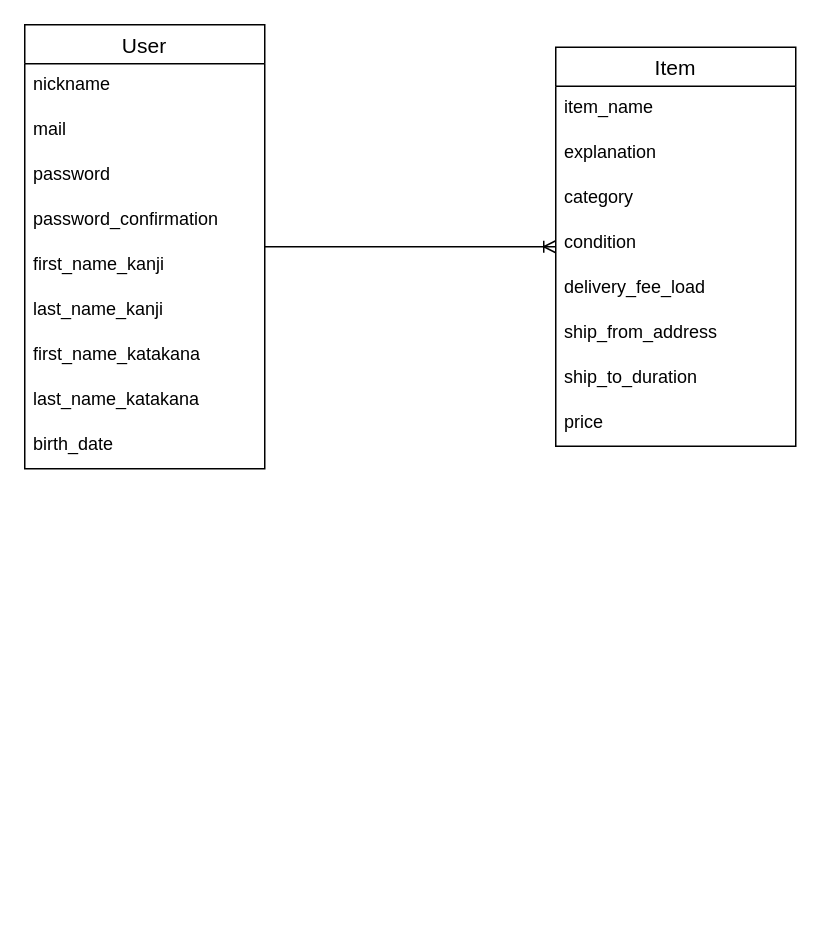
Above: er_illustration.dio in Lubellum/furima-36670 (draw.io), before the change. Source tidied: cells renumbered, new cells numbered last; positions are measured from the earlier drawing's top-left corner, leaving out a move shared by most shapes. Both pictures are drawn from the tidied source at 150%, with x=0, y=0 at pixel (24, 24).
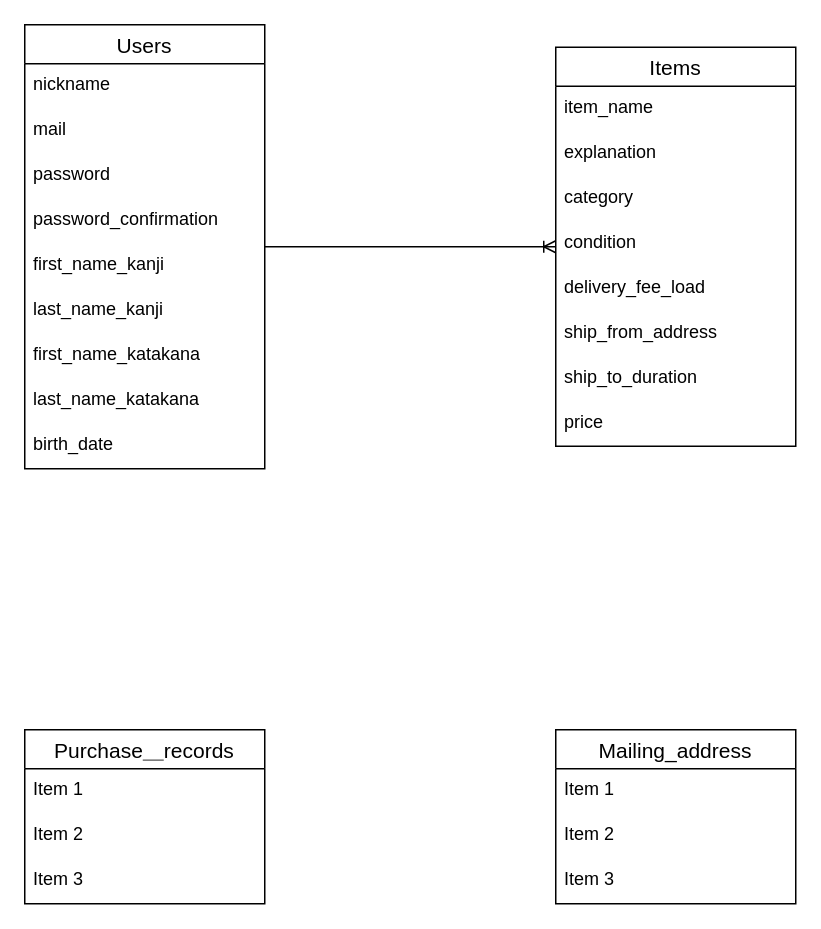
The same page after the edit.

Commit message:
購入記録と発送先情報のテーブルを作成

Diff of the diagram source:
```diff
@@
-    <mxCell id="2" value="User" style="swimlane;fontStyle=0;horizontal=1;startSize=26;align=center;fontSize=14;direction=east;" parent="1" vertex="1">
+    <mxCell id="2" value="Users" style="swimlane;fontStyle=0;horizontal=1;startSize=26;align=center;fontSize=14;direction=east;" parent="1" vertex="1">
       <mxGeometry width="160" height="296" as="geometry" />
     </mxCell>
@@
-    <mxCell id="12" value="Item" style="swimlane;fontStyle=0;horizontal=1;startSize=26;align=center;fontSize=14;" parent="1" vertex="1">
+    <mxCell id="12" value="Items" style="swimlane;fontStyle=0;horizontal=1;startSize=26;align=center;fontSize=14;" parent="1" vertex="1">
       <mxGeometry x="354" y="15" width="160" height="266" as="geometry" />
     </mxCell>
@@
+    <mxCell id="22" value="Mailing_address" style="swimlane;fontStyle=0;horizontal=1;startSize=26;align=center;fontSize=14;" parent="1" vertex="1">
+      <mxGeometry x="354" y="470" width="160" height="116" as="geometry" />
+    </mxCell>
+    <mxCell id="23" value="Item 1" style="text;strokeColor=none;fillColor=none;spacingLeft=4;spacingRight=4;overflow=hidden;fontSize=12;" parent="22" vertex="1">
+      <mxGeometry y="26" width="160" height="30" as="geometry" />
+    </mxCell>
+    <mxCell id="24" value="Item 2" style="text;strokeColor=none;fillColor=none;spacingLeft=4;spacingRight=4;overflow=hidden;fontSize=12;" parent="22" vertex="1">
+      <mxGeometry y="56" width="160" height="30" as="geometry" />
+    </mxCell>
+    <mxCell id="25" value="Item 3" style="text;strokeColor=none;fillColor=none;spacingLeft=4;spacingRight=4;overflow=hidden;fontSize=12;" parent="22" vertex="1">
+      <mxGeometry y="86" width="160" height="30" as="geometry" />
+    </mxCell>
+    <mxCell id="26" value="Purchase＿records" style="swimlane;fontStyle=0;horizontal=1;startSize=26;align=center;fontSize=14;" parent="1" vertex="1">
+      <mxGeometry y="470" width="160" height="116" as="geometry" />
+    </mxCell>
+    <mxCell id="27" value="Item 1" style="text;strokeColor=none;fillColor=none;spacingLeft=4;spacingRight=4;overflow=hidden;fontSize=12;" parent="26" vertex="1">
+      <mxGeometry y="26" width="160" height="30" as="geometry" />
+    </mxCell>
+    <mxCell id="28" value="Item 2" style="text;strokeColor=none;fillColor=none;spacingLeft=4;spacingRight=4;overflow=hidden;fontSize=12;" parent="26" vertex="1">
+      <mxGeometry y="56" width="160" height="30" as="geometry" />
+    </mxCell>
+    <mxCell id="29" value="Item 3" style="text;strokeColor=none;fillColor=none;spacingLeft=4;spacingRight=4;overflow=hidden;fontSize=12;" parent="26" vertex="1">
+      <mxGeometry y="86" width="160" height="30" as="geometry" />
+    </mxCell>
```
